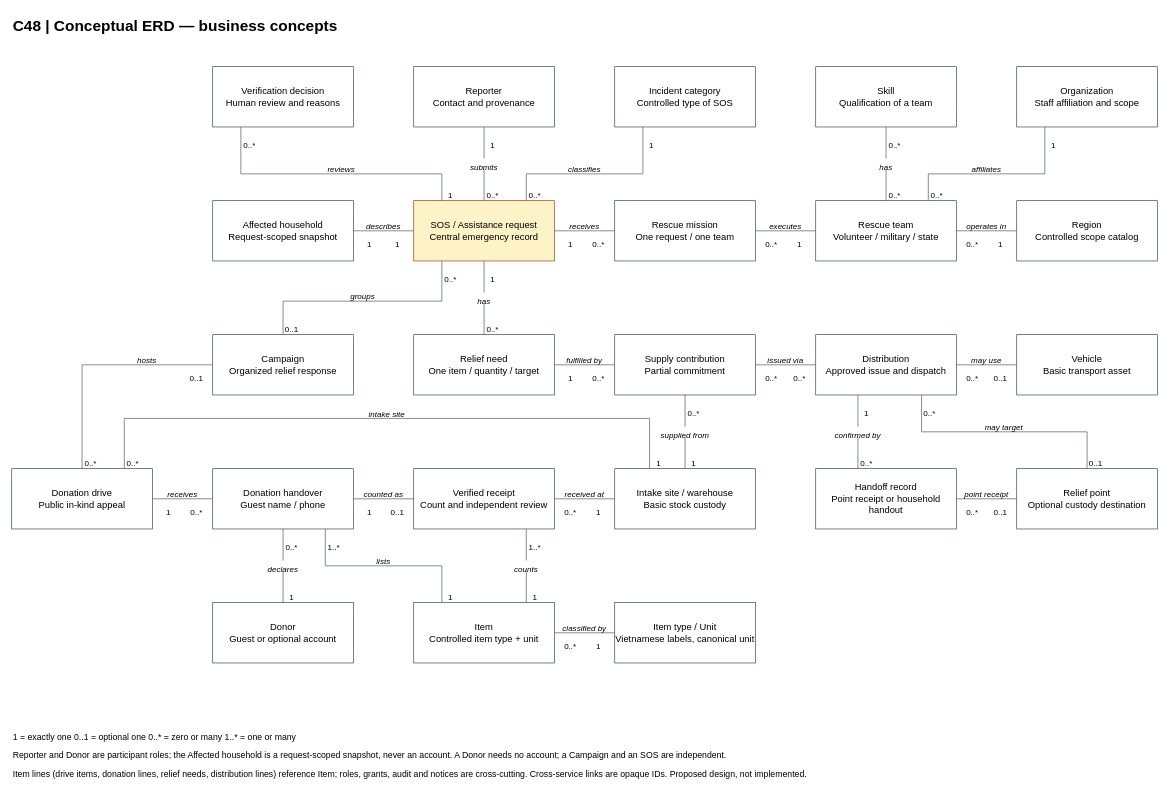
Earlier version of the draw.io diagram docs/diagrams/c48-conceptual-erd.drawio (sangvirgo/disaster-relief-management). Source tidied: cells renumbered, new cells numbered last; positions are measured from the earlier drawing's top-left corner, leaving out a move shared by most shapes. Both pictures are drawn from the tidied source at 67%, with x=0, y=0 at pixel (11, 11).
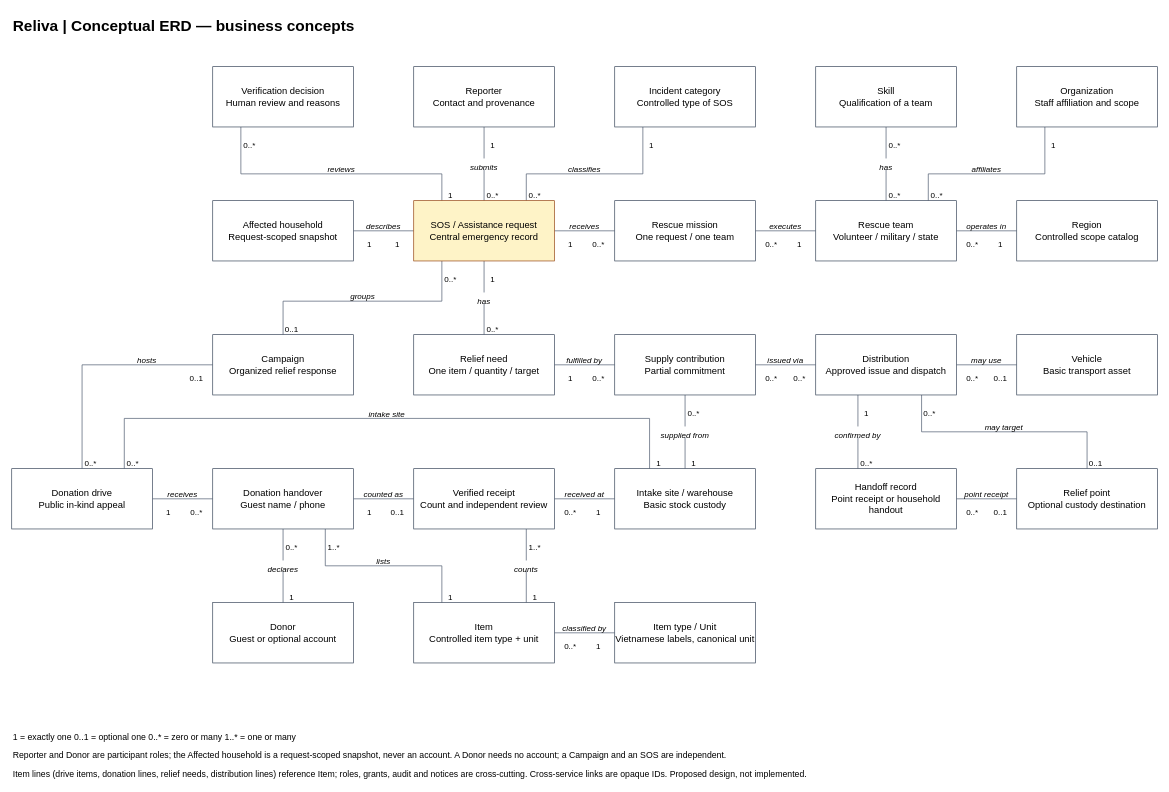
The same diagram, later.

What changed in the source:
```diff
@@
-    <mxCell id="2" value="C48 | Conceptual ERD — business concepts" style="text;html=0;fontSize=23;fontStyle=1;align=left;strokeColor=none;fillColor=none;" parent="1" vertex="1">
+    <mxCell id="2" value="Reliva | Conceptual ERD — business concepts" style="text;html=0;fontSize=23;fontStyle=1;align=left;strokeColor=none;fillColor=none;" parent="1" vertex="1">
       <mxGeometry width="1120" height="45" as="geometry" />
     </mxCell>
```
